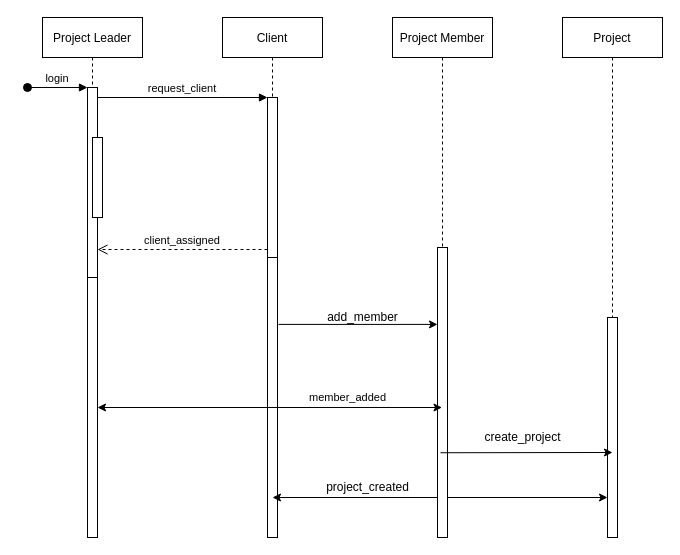
Above: Untitled Diagram.drawio in blerihasa/blerihasa (draw.io), before the change. Source tidied: cells renumbered, new cells numbered last; positions are measured from the earlier drawing's top-left corner, leaving out a move shared by most shapes. Both pictures are drawn from the tidied source at 100%, with x=0, y=0 at pixel (27, 17).
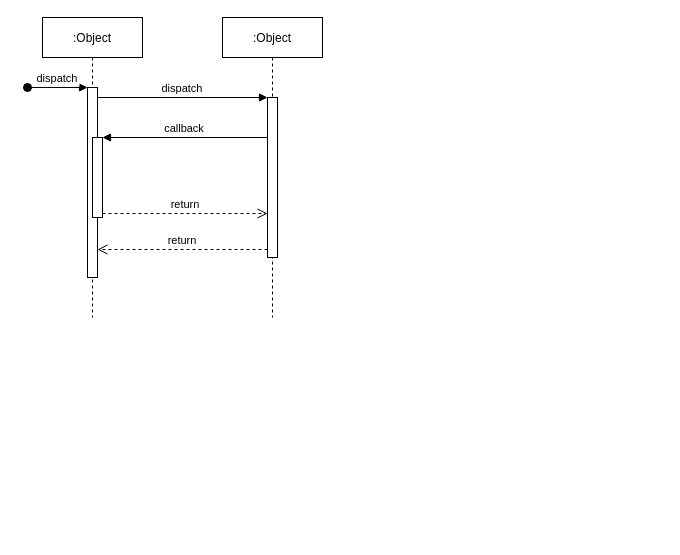
Above is the later version.

The change refers to these unchanged cells:
```xml
<mxCell id="3" style="points=[];perimeter=orthogonalPerimeter;rounded=0;shadow=0;strokeWidth=1;" parent="2" vertex="1">
  <mxGeometry x="45" y="70" width="10" height="190" as="geometry" />
</mxCell>
<mxCell id="5" style="points=[];perimeter=orthogonalPerimeter;rounded=0;shadow=0;strokeWidth=1;" parent="2" vertex="1">
  <mxGeometry x="50" y="120" width="10" height="80" as="geometry" />
</mxCell>
<mxCell id="7" style="points=[];perimeter=orthogonalPerimeter;rounded=0;shadow=0;strokeWidth=1;" parent="6" vertex="1">
  <mxGeometry x="45" y="80" width="10" height="160" as="geometry" />
</mxCell>
```

Diff of the diagram source:
```diff
@@
-    <mxCell id="2" value="Project Leader" style="shape=umlLifeline;perimeter=lifelinePerimeter;rounded=0;shadow=0;strokeWidth=1;" parent="1" vertex="1">
+    <mxCell id="2" value=":Object" style="shape=umlLifeline;perimeter=lifelinePerimeter;rounded=0;shadow=0;strokeWidth=1;" parent="1" vertex="1">
       <mxGeometry x="15" width="100" height="300" as="geometry" />
     </mxCell>
@@
-    <mxCell id="4" value="login" style="verticalAlign=bottom;startArrow=oval;endArrow=block;startSize=8;shadow=0;strokeWidth=1;" parent="2" edge="1" target="3">
+    <mxCell id="4" value="dispatch" style="verticalAlign=bottom;startArrow=oval;endArrow=block;startSize=8;shadow=0;strokeWidth=1;" parent="2" edge="1" target="3">
       <mxGeometry relative="1" as="geometry">
         <mxPoint x="-15" y="70" as="sourcePoint" />
       </mxGeometry>
     </mxCell>
@@
-    <mxCell id="6" value="Client" style="shape=umlLifeline;perimeter=lifelinePerimeter;rounded=0;shadow=0;strokeWidth=1;" parent="1" vertex="1">
-      <mxGeometry x="195" width="100" height="520" as="geometry" />
+    <mxCell id="6" value=":Object" style="shape=umlLifeline;perimeter=lifelinePerimeter;rounded=0;shadow=0;strokeWidth=1;" parent="1" vertex="1">
+      <mxGeometry x="195" width="100" height="300" as="geometry" />
     </mxCell>
@@
-    <mxCell id="8" style="points=[];perimeter=orthogonalPerimeter;rounded=0;shadow=0;strokeWidth=1;" parent="6" vertex="1">
-      <mxGeometry x="45" y="240" width="10" height="280" as="geometry" />
-    </mxCell>
-    <mxCell id="9" style="endArrow=classic;startArrow=classic;html=1;rounded=0;" parent="6" edge="1" target="15">
-      <mxGeometry relative="1" as="geometry">
-        <mxPoint x="50" y="480" as="sourcePoint" />
-      </mxGeometry>
-    </mxCell>
-    <mxCell id="10" value="client_assigned" style="verticalAlign=bottom;endArrow=open;dashed=1;endSize=8;exitX=0;exitY=0.95;shadow=0;strokeWidth=1;" parent="1" edge="1" source="7" target="3">
+    <mxCell id="10" value="return" style="verticalAlign=bottom;endArrow=open;dashed=1;endSize=8;exitX=0;exitY=0.95;shadow=0;strokeWidth=1;" parent="1" edge="1" source="7" target="3">
       <mxGeometry relative="1" as="geometry" />
     </mxCell>
-    <mxCell id="11" value="request_client" style="verticalAlign=bottom;endArrow=block;entryX=0;entryY=0;shadow=0;strokeWidth=1;" parent="1" edge="1" source="3" target="7">
+    <mxCell id="11" value="dispatch" style="verticalAlign=bottom;endArrow=block;entryX=0;entryY=0;shadow=0;strokeWidth=1;" parent="1" edge="1" source="3" target="7">
       <mxGeometry relative="1" as="geometry" />
     </mxCell>
-    <mxCell id="12" value="Project Member" style="shape=umlLifeline;perimeter=lifelinePerimeter;rounded=0;shadow=0;strokeWidth=1;" parent="1" vertex="1">
-      <mxGeometry x="365" width="100" height="520" as="geometry" />
-    </mxCell>
-    <mxCell id="13" style="points=[];perimeter=orthogonalPerimeter;rounded=0;shadow=0;strokeWidth=1;" parent="12" vertex="1">
-      <mxGeometry x="45" y="230" width="10" height="290" as="geometry" />
-    </mxCell>
-    <mxCell id="14" value="Project" style="shape=umlLifeline;perimeter=lifelinePerimeter;rounded=0;shadow=0;strokeWidth=1;" parent="1" vertex="1">
-      <mxGeometry x="535" width="100" height="300" as="geometry" />
-    </mxCell>
-    <mxCell id="15" style="points=[];perimeter=orthogonalPerimeter;rounded=0;shadow=0;strokeWidth=1;" parent="1" vertex="1">
-      <mxGeometry x="580" y="300" width="10" height="220" as="geometry" />
-    </mxCell>
-    <mxCell id="16" style="points=[];perimeter=orthogonalPerimeter;rounded=0;shadow=0;strokeWidth=1;" parent="1" vertex="1">
-      <mxGeometry x="60" y="260" width="10" height="260" as="geometry" />
-    </mxCell>
-    <mxCell id="17" style="endArrow=classic;html=1;rounded=0;exitX=1.1;exitY=0.239;exitDx=0;exitDy=0;exitPerimeter=0;" parent="1" edge="1" source="8" target="13">
-      <mxGeometry relative="1" as="geometry" />
-    </mxCell>
-    <mxCell id="18" value="add_member" style="text;html=1;align=center;verticalAlign=middle;strokeColor=none;fillColor=none;" parent="1" vertex="1">
-      <mxGeometry x="295" y="290" width="80" height="20" as="geometry" />
-    </mxCell>
-    <mxCell id="19" style="endArrow=classic;startArrow=classic;html=1;rounded=0;" parent="1" edge="1" source="16" target="12">
-      <mxGeometry relative="1" as="geometry" />
-    </mxCell>
-    <mxCell id="20" value="member_added" style="edgeLabel;html=1;align=center;verticalAlign=middle;" parent="19" vertex="1">
-      <mxGeometry x="0.44" y="1" relative="1" as="geometry">
-        <mxPoint x="1" y="-10" as="offset" />
-      </mxGeometry>
-    </mxCell>
-    <mxCell id="21" style="endArrow=classic;html=1;rounded=0;exitX=0.48;exitY=0.837;exitDx=0;exitDy=0;exitPerimeter=0;" parent="1" edge="1" source="12">
-      <mxGeometry relative="1" as="geometry">
-        <mxPoint x="585" y="435" as="targetPoint" />
-      </mxGeometry>
-    </mxCell>
-    <mxCell id="22" value="create_project" style="text;html=1;align=center;verticalAlign=middle;strokeColor=none;fillColor=none;" parent="1" vertex="1">
-      <mxGeometry x="455" y="410" width="80" height="20" as="geometry" />
-    </mxCell>
-    <mxCell id="23" value="project_created" style="text;html=1;align=center;verticalAlign=middle;strokeColor=none;fillColor=none;" parent="1" vertex="1">
-      <mxGeometry x="295" y="460" width="90" height="20" as="geometry" />
-    </mxCell>
+    <mxCell id="24" value="callback" style="verticalAlign=bottom;endArrow=block;entryX=1;entryY=0;shadow=0;strokeWidth=1;" parent="1" edge="1" source="7" target="5">
+      <mxGeometry relative="1" as="geometry" />
+    </mxCell>
+    <mxCell id="25" value="return" style="verticalAlign=bottom;endArrow=open;dashed=1;endSize=8;exitX=1;exitY=0.95;shadow=0;strokeWidth=1;" parent="1" edge="1" source="5" target="7">
+      <mxGeometry relative="1" as="geometry" />
+    </mxCell>
```
